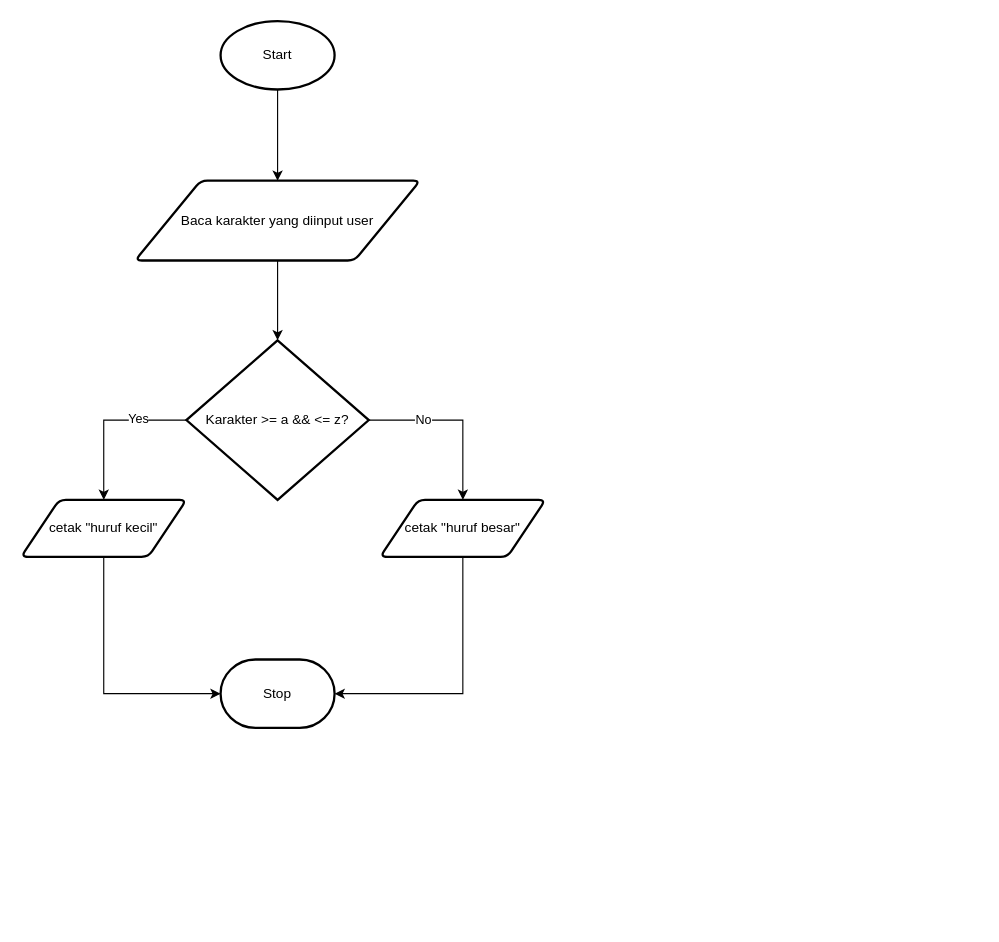
This is page "tugas 1" (1 of 6) of Pemrograman/pemrograman6/Tugas.drawio from Iwakk225/Folder-Tugas-Pemrograman, a draw.io file, before an edit. Source tidied: cells renumbered, new cells numbered last; positions are measured from the earlier drawing's top-left corner, leaving out a move shared by most shapes. Both pictures are drawn from the tidied source at 114%, with x=0, y=0 at pixel (21, 21).
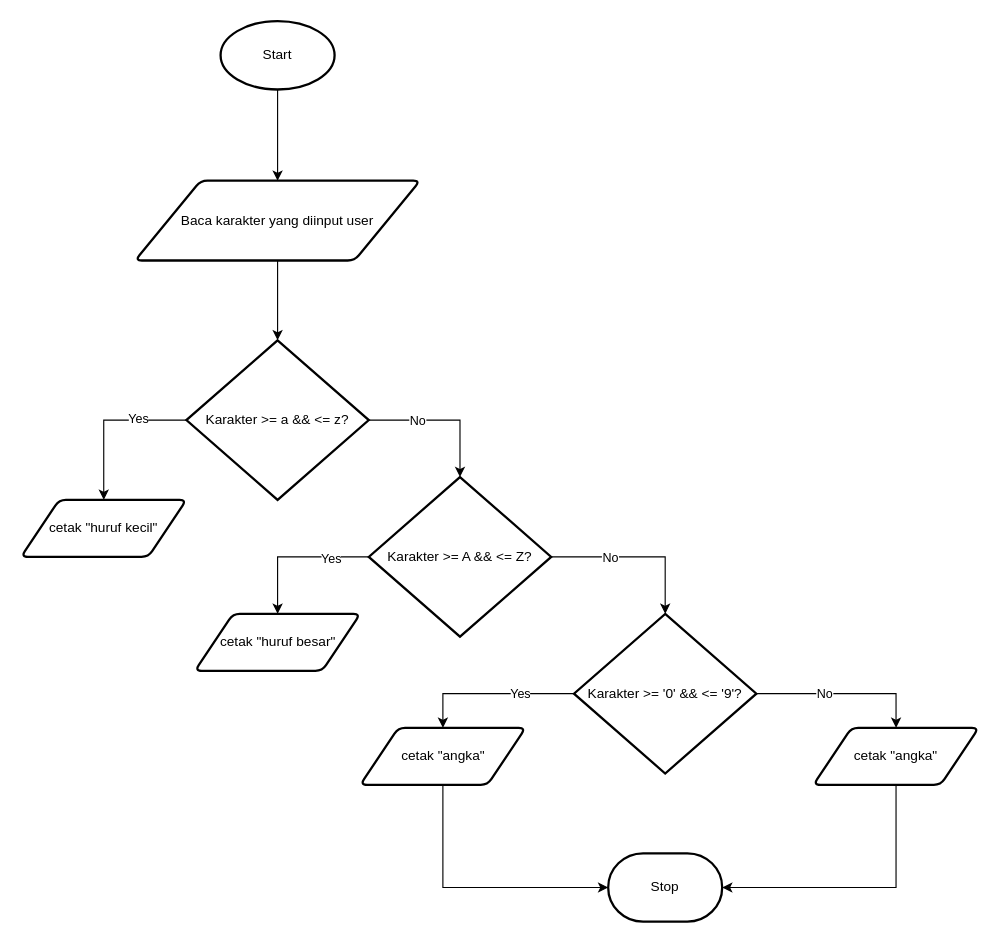
After the change.

Unchanged cells that the change refers to:
```xml
<mxCell id="9" value="Karakter &amp;gt;= a &amp;amp;&amp;amp; &amp;lt;= z?" style="strokeWidth=2;html=1;shape=mxgraph.flowchart.decision;whiteSpace=wrap;" parent="1" vertex="1">
  <mxGeometry x="145" y="280" width="160" height="140" as="geometry" />
</mxCell>
<mxCell id="11" value="cetak &quot;huruf kecil&quot;" style="shape=parallelogram;html=1;strokeWidth=2;perimeter=parallelogramPerimeter;whiteSpace=wrap;rounded=1;arcSize=12;size=0.23;" parent="1" vertex="1">
  <mxGeometry y="420" width="145" height="50" as="geometry" />
</mxCell>
```

Change to the diagram source:
```diff
@@
-    <mxCell id="7" style="edgeStyle=orthogonalEdgeStyle;rounded=0;jettySize=auto;html=1;exitX=1;exitY=0.5;exitDx=0;exitDy=0;exitPerimeter=0;entryX=0.5;entryY=0;entryDx=0;entryDy=0;" parent="1" edge="1" source="9" target="12">
-      <mxGeometry relative="1" as="geometry" />
-    </mxCell>
-    <mxCell id="8" value="No" style="edgeLabel;html=1;align=center;verticalAlign=middle;" parent="7" vertex="1">
-      <mxGeometry x="-0.38" y="1" relative="1" as="geometry" />
-    </mxCell>
@@
+    <mxCell id="16" style="edgeStyle=orthogonalEdgeStyle;rounded=0;jettySize=auto;html=1;exitX=0;exitY=0.5;exitDx=0;exitDy=0;exitPerimeter=0;entryX=0.5;entryY=0;entryDx=0;entryDy=0;" parent="1" edge="1" source="18" target="12">
+      <mxGeometry relative="1" as="geometry" />
+    </mxCell>
+    <mxCell id="17" value="Yes" style="edgeLabel;html=1;align=center;verticalAlign=middle;" parent="16" vertex="1">
+      <mxGeometry x="-0.47" y="1" relative="1" as="geometry" />
+    </mxCell>
+    <mxCell id="18" value="Karakter &amp;gt;= A &amp;amp;&amp;amp; &amp;lt;= Z?" style="strokeWidth=2;html=1;shape=mxgraph.flowchart.decision;whiteSpace=wrap;" parent="1" vertex="1">
+      <mxGeometry x="305" y="400" width="160" height="140" as="geometry" />
+    </mxCell>
+    <mxCell id="19" style="edgeStyle=orthogonalEdgeStyle;rounded=0;jettySize=auto;html=1;exitX=1;exitY=0.5;exitDx=0;exitDy=0;exitPerimeter=0;entryX=0.5;entryY=0;entryDx=0;entryDy=0;entryPerimeter=0;" parent="1" edge="1" source="9" target="18">
+      <mxGeometry relative="1" as="geometry" />
+    </mxCell>
+    <mxCell id="20" value="No" style="edgeLabel;html=1;align=center;verticalAlign=middle;" parent="19" vertex="1">
+      <mxGeometry x="-0.36" relative="1" as="geometry" />
+    </mxCell>
     <mxCell id="12" value="cetak &quot;huruf besar&quot;" style="shape=parallelogram;html=1;strokeWidth=2;perimeter=parallelogramPerimeter;whiteSpace=wrap;rounded=1;arcSize=12;size=0.23;" parent="1" vertex="1">
-      <mxGeometry x="315" y="420" width="145" height="50" as="geometry" />
+      <mxGeometry x="152.5" y="520" width="145" height="50" as="geometry" />
     </mxCell>
+    <mxCell id="21" style="edgeStyle=orthogonalEdgeStyle;rounded=0;jettySize=auto;html=1;exitX=0;exitY=0.5;exitDx=0;exitDy=0;exitPerimeter=0;entryX=0.5;entryY=0;entryDx=0;entryDy=0;" parent="1" edge="1" source="25" target="28">
+      <mxGeometry relative="1" as="geometry" />
+    </mxCell>
+    <mxCell id="22" value="Yes" style="edgeLabel;html=1;align=center;verticalAlign=middle;" parent="21" vertex="1">
+      <mxGeometry x="-0.34" y="-1" relative="1" as="geometry" />
+    </mxCell>
+    <mxCell id="23" style="edgeStyle=orthogonalEdgeStyle;rounded=0;jettySize=auto;html=1;exitX=1;exitY=0.5;exitDx=0;exitDy=0;exitPerimeter=0;entryX=0.5;entryY=0;entryDx=0;entryDy=0;" parent="1" edge="1" source="25" target="29">
+      <mxGeometry relative="1" as="geometry" />
+    </mxCell>
+    <mxCell id="24" value="No" style="edgeLabel;html=1;align=center;verticalAlign=middle;" parent="23" vertex="1">
+      <mxGeometry x="-0.23" y="1" relative="1" as="geometry" />
+    </mxCell>
+    <mxCell id="25" value="Karakter &amp;gt;= '0' &amp;amp;&amp;amp; &amp;lt;= '9'?" style="strokeWidth=2;html=1;shape=mxgraph.flowchart.decision;whiteSpace=wrap;" parent="1" vertex="1">
+      <mxGeometry x="485" y="520" width="160" height="140" as="geometry" />
+    </mxCell>
+    <mxCell id="26" style="edgeStyle=orthogonalEdgeStyle;rounded=0;jettySize=auto;html=1;exitX=1;exitY=0.5;exitDx=0;exitDy=0;exitPerimeter=0;entryX=0.5;entryY=0;entryDx=0;entryDy=0;entryPerimeter=0;" parent="1" edge="1" source="18" target="25">
+      <mxGeometry relative="1" as="geometry" />
+    </mxCell>
+    <mxCell id="27" value="No" style="edgeLabel;html=1;align=center;verticalAlign=middle;" parent="26" vertex="1">
+      <mxGeometry x="-0.32" relative="1" as="geometry" />
+    </mxCell>
+    <mxCell id="28" value="cetak &quot;angka&quot;" style="shape=parallelogram;html=1;strokeWidth=2;perimeter=parallelogramPerimeter;whiteSpace=wrap;rounded=1;arcSize=12;size=0.23;" parent="1" vertex="1">
+      <mxGeometry x="297.5" y="620" width="145" height="50" as="geometry" />
+    </mxCell>
+    <mxCell id="29" value="cetak &quot;angka&quot;" style="shape=parallelogram;html=1;strokeWidth=2;perimeter=parallelogramPerimeter;whiteSpace=wrap;rounded=1;arcSize=12;size=0.23;" parent="1" vertex="1">
+      <mxGeometry x="695" y="620" width="145" height="50" as="geometry" />
+    </mxCell>
     <mxCell id="13" value="Stop" style="strokeWidth=2;html=1;shape=mxgraph.flowchart.terminator;whiteSpace=wrap;" parent="1" vertex="1">
-      <mxGeometry x="175" y="560" width="100" height="60" as="geometry" />
+      <mxGeometry x="515" y="730" width="100" height="60" as="geometry" />
     </mxCell>
-    <mxCell id="14" style="edgeStyle=orthogonalEdgeStyle;rounded=0;jettySize=auto;html=1;exitX=0.5;exitY=1;exitDx=0;exitDy=0;entryX=0;entryY=0.5;entryDx=0;entryDy=0;entryPerimeter=0;" parent="1" edge="1" source="11" target="13">
-      <mxGeometry relative="1" as="geometry" />
-    </mxCell>
-    <mxCell id="15" style="edgeStyle=orthogonalEdgeStyle;rounded=0;jettySize=auto;html=1;exitX=0.5;exitY=1;exitDx=0;exitDy=0;entryX=1;entryY=0.5;entryDx=0;entryDy=0;entryPerimeter=0;" parent="1" edge="1" source="12" target="13">
-      <mxGeometry relative="1" as="geometry" />
-    </mxCell>
+    <mxCell id="30" style="edgeStyle=orthogonalEdgeStyle;rounded=0;jettySize=auto;html=1;exitX=0.5;exitY=1;exitDx=0;exitDy=0;entryX=0;entryY=0.5;entryDx=0;entryDy=0;entryPerimeter=0;" parent="1" edge="1" source="28" target="13">
+      <mxGeometry relative="1" as="geometry" />
+    </mxCell>
+    <mxCell id="31" style="edgeStyle=orthogonalEdgeStyle;rounded=0;jettySize=auto;html=1;exitX=0.5;exitY=1;exitDx=0;exitDy=0;entryX=1;entryY=0.5;entryDx=0;entryDy=0;entryPerimeter=0;" parent="1" edge="1" source="29" target="13">
+      <mxGeometry relative="1" as="geometry" />
+    </mxCell>
```
